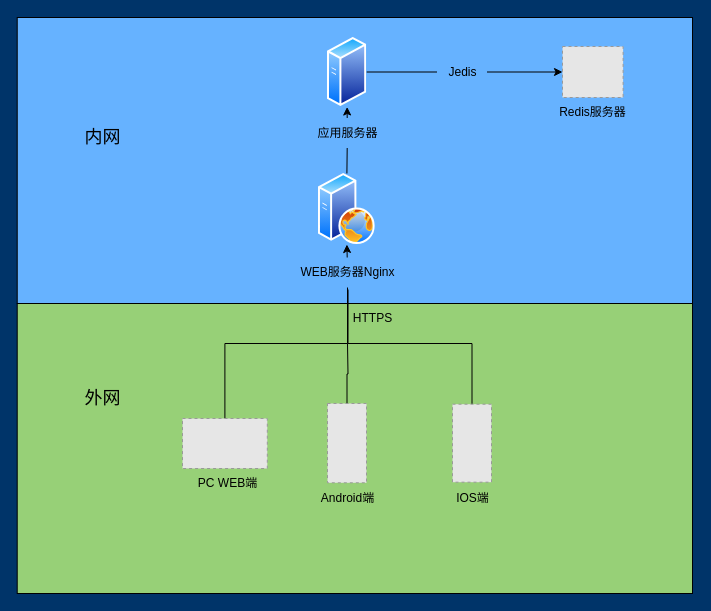
Earlier version of the draw.io diagram Untitled Diagram.drawio (Foward-Fu/Demo). Source tidied: cells renumbered, new cells numbered last; positions are measured from the earlier drawing's top-left corner, leaving out a move shared by most shapes. Both pictures are drawn from the tidied source at 100%, with x=0, y=0 at pixel (17, 17). Pictures stored in the file or linked from it are replaced by grey dashed boxes.
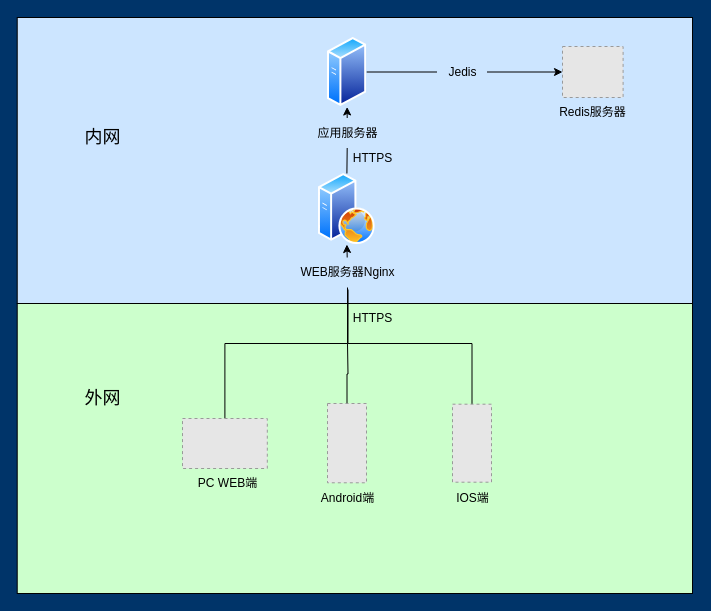
The same page after the edit.

The edit, as a diff of the source:
```diff
@@
-    <mxCell id="2" style="rounded=0;whiteSpace=wrap;html=1;fillColor=#66B2FF;" parent="1" vertex="1">
+    <mxCell id="2" style="rounded=0;whiteSpace=wrap;html=1;fillColor=#CCE5FF;" parent="1" vertex="1">
       <mxGeometry x="-0.3" width="675.3" height="286" as="geometry" />
     </mxCell>
@@
-    <mxCell id="8" style="rounded=0;whiteSpace=wrap;html=1;fillColor=#97D077;" parent="1" vertex="1">
+    <mxCell id="8" style="rounded=0;whiteSpace=wrap;html=1;fillColor=#CCFFCC;" parent="1" vertex="1">
       <mxGeometry x="-0.3" y="286" width="675.3" height="290" as="geometry" />
     </mxCell>
@@
+    <mxCell id="29" value="HTTPS" style="text;html=1;align=center;verticalAlign=middle;fillColor=none;strokeColor=none;rounded=0;" parent="1" vertex="1">
+      <mxGeometry x="325" y="126" width="60" height="30" as="geometry" />
+    </mxCell>
```
